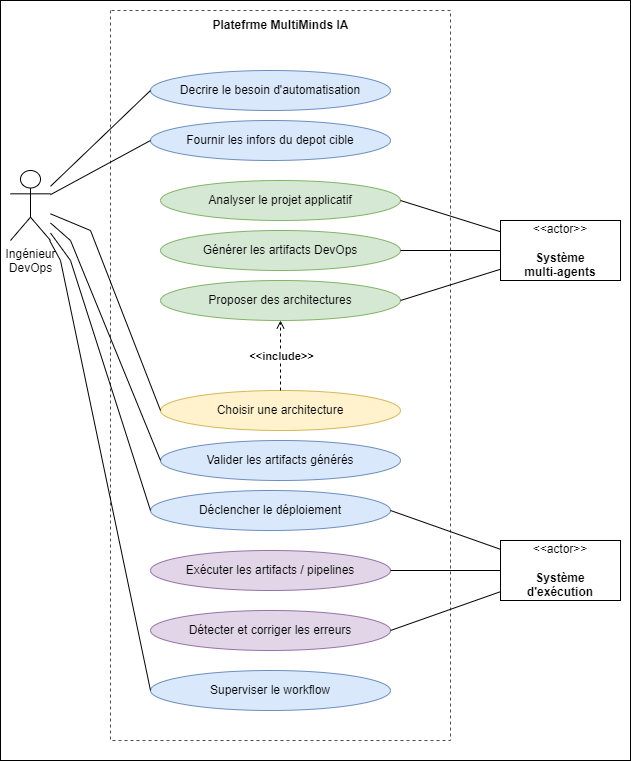
Before: Rapport/images/Use_Case_Diagram.png, a diagram exported from draw.io (AyoubRebhi/MultiMindOps). Source tidied: cells renumbered, new cells last; positions are measured from the earlier drawing's top-left corner, leaving out a move shared by most shapes.
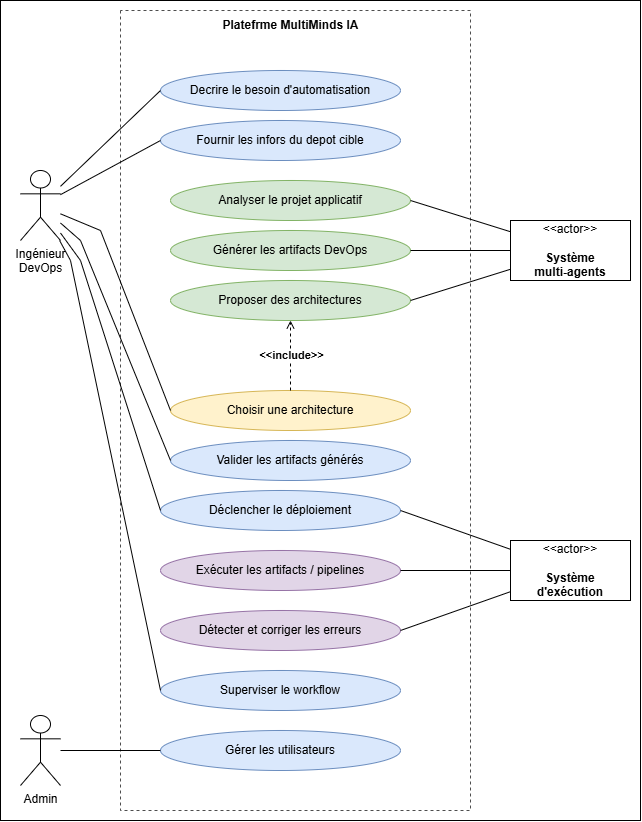
After the change.

Diff of the diagram source:
```diff
@@ -3,7 +3,7 @@
     <mxCell id="0" />
     <mxCell id="1" parent="0" />
     <mxCell id="2" style="rounded=0;whiteSpace=wrap;html=1;" parent="1" vertex="1">
-      <mxGeometry width="630" height="760" as="geometry" />
+      <mxGeometry x="-10" width="640" height="820" as="geometry" />
     </mxCell>
     <mxCell id="3" value="Decrire le besoin d'automatisation&lt;div&gt;&lt;/div&gt;" style="ellipse;whiteSpace=wrap;html=1;fillColor=#dae8fc;strokeColor=#6c8ebf;" parent="1" vertex="1">
       <mxGeometry x="150" y="70" width="240" height="40" as="geometry" />
@@ -24,7 +24,7 @@
       <mxGeometry x="150" y="670" width="240" height="40" as="geometry" />
     </mxCell>
     <mxCell id="9" style="swimlane;startSize=0;dashed=1;rounded=1;opacity=70;" parent="1" vertex="1">
-      <mxGeometry x="110" y="10" width="340" height="730" as="geometry" />
+      <mxGeometry x="110" y="10" width="350" height="800" as="geometry" />
     </mxCell>
     <mxCell id="10" value="&lt;b&gt;Platefrme MultiMinds IA&lt;/b&gt;" style="text;html=1;align=center;verticalAlign=middle;strokeColor=none;fillColor=none;" parent="9" vertex="1">
       <mxGeometry x="90" width="160" height="30" as="geometry" />
@@ -50,6 +50,9 @@
     <mxCell id="17" value="Valider les artifacts générés&lt;div&gt;&lt;/div&gt;" style="ellipse;whiteSpace=wrap;html=1;fillColor=#dae8fc;strokeColor=#6c8ebf;" parent="9" vertex="1">
       <mxGeometry x="50" y="430" width="240" height="40" as="geometry" />
     </mxCell>
+    <mxCell id="33" value="Gérer les utilisateurs&lt;div&gt;&lt;/div&gt;" style="ellipse;whiteSpace=wrap;html=1;fillColor=#dae8fc;strokeColor=#6c8ebf;" parent="9" vertex="1">
+      <mxGeometry x="40" y="720" width="240" height="40" as="geometry" />
+    </mxCell>
     <mxCell id="18" style="rounded=0;jettySize=auto;html=1;entryX=0;entryY=0.5;entryDx=0;entryDy=0;endArrow=none;endFill=0;" parent="1" edge="1" source="24" target="3">
       <mxGeometry relative="1" as="geometry" />
     </mxCell>
@@ -111,5 +114,11 @@
     <mxCell id="32" value="&amp;lt;&amp;lt;actor&amp;gt;&amp;gt;&lt;br&gt;&lt;br&gt;&lt;b&gt;Système&lt;/b&gt;&lt;div&gt;&lt;b&gt;d'exécution&lt;/b&gt;&lt;/div&gt;" style="html=1;align=center;verticalAlign=middle;dashed=0;whiteSpace=wrap;" parent="1" vertex="1">
       <mxGeometry x="500" y="540" width="120" height="60" as="geometry" />
     </mxCell>
+    <mxCell id="34" style="rounded=0;jettySize=auto;html=1;entryX=0;entryY=0.5;entryDx=0;entryDy=0;endArrow=none;endFill=0;" parent="1" edge="1" source="35" target="33">
+      <mxGeometry relative="1" as="geometry" />
+    </mxCell>
+    <mxCell id="35" value="Admin" style="shape=umlActor;verticalLabelPosition=bottom;verticalAlign=top;html=1;outlineConnect=0;" parent="1" vertex="1">
+      <mxGeometry x="10" y="715" width="40" height="70" as="geometry" />
+    </mxCell>
   </root>
 </mxGraphModel>
```
